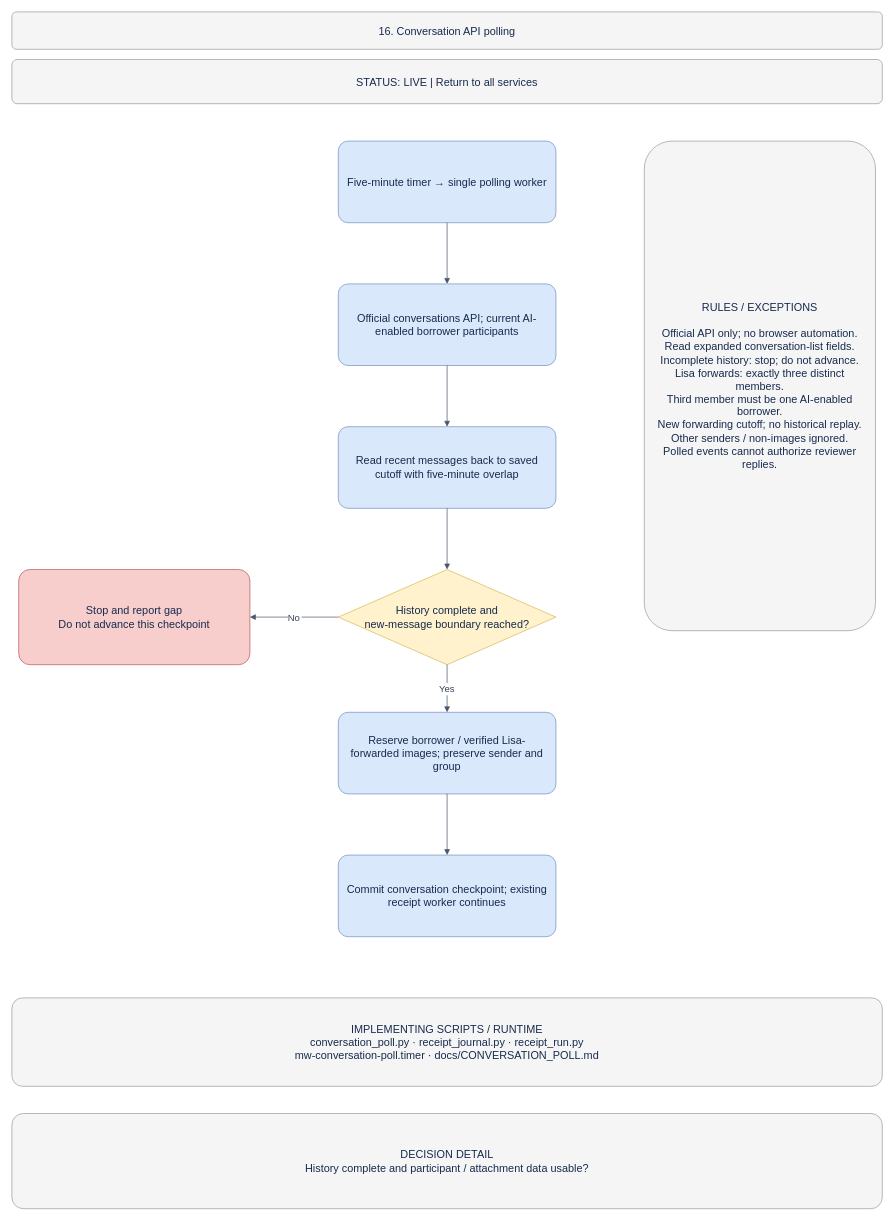
Earlier version of the draw.io diagram page "16 · Conversation API polling" (16 of 18) of docs/BUSINESS_PROCESS.drawio (welct0407/MW-Credit-App). Source tidied: cells renumbered, new cells numbered last; positions are measured from the earlier drawing's top-left corner, leaving out a move shared by most shapes. Both pictures are drawn from the tidied source at 68%, with x=0, y=0 at pixel (12, 12).
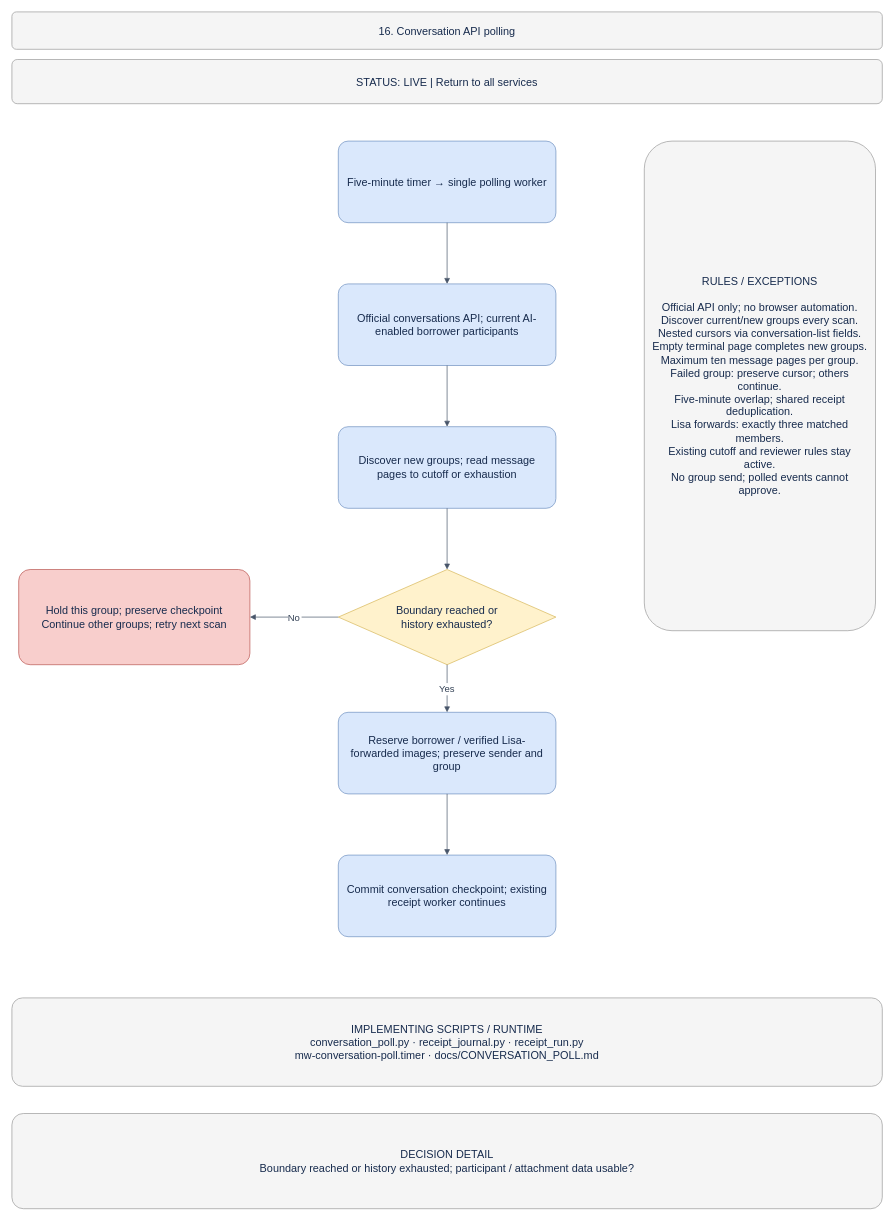
Above is the later version.

Commit message (it also covers changes not shown here):
Handle new Instagram groups with paged and isolated polling

The edit, as a diff of the source:
```diff
@@
 <mxGraphModel>
   <root>
     <mxCell id="0" />
     <mxCell id="1" parent="0" />
     <mxCell id="2" value="16. Conversation API polling" style="rounded=1;arcSize=12;whiteSpace=wrap;html=0;fillColor=#f5f5f5;strokeColor=#999999;fontColor=#172b4d;fontSize=16;align=center;verticalAlign=middle;spacing=12;" parent="1" vertex="1">
       <mxGeometry width="1280" height="55" as="geometry" />
     </mxCell>
     <mxCell id="3" value="STATUS: LIVE  |  Return to all services" style="rounded=1;arcSize=12;whiteSpace=wrap;html=0;fillColor=#f5f5f5;strokeColor=#999999;fontColor=#172b4d;fontSize=16;align=center;verticalAlign=middle;spacing=12;" parent="1" vertex="1">
       <mxGeometry y="70" width="1280" height="65" as="geometry" />
     </mxCell>
     <mxCell id="4" value="Five-minute timer → single polling worker" style="rounded=1;arcSize=12;whiteSpace=wrap;html=0;fillColor=#dae8fc;strokeColor=#6c8ebf;fontColor=#172b4d;fontSize=16;align=center;verticalAlign=middle;spacing=12;" parent="1" vertex="1">
       <mxGeometry x="480" y="190" width="320" height="120" as="geometry" />
     </mxCell>
     <mxCell id="5" value="Official conversations API; current AI-enabled borrower participants" style="rounded=1;arcSize=12;whiteSpace=wrap;html=0;fillColor=#dae8fc;strokeColor=#6c8ebf;fontColor=#172b4d;fontSize=16;align=center;verticalAlign=middle;spacing=12;" parent="1" vertex="1">
       <mxGeometry x="480" y="400" width="320" height="120" as="geometry" />
     </mxCell>
     <mxCell id="6" style="edgeStyle=orthogonalEdgeStyle;rounded=0;jettySize=auto;html=0;endArrow=block;endFill=1;strokeColor=#475569;fontColor=#334155;fontSize=14;labelBackgroundColor=#ffffff;" parent="1" edge="1" source="4" target="5">
       <mxGeometry relative="1" as="geometry" />
     </mxCell>
-    <mxCell id="7" value="Read recent messages back to saved cutoff with five-minute overlap" style="rounded=1;arcSize=12;whiteSpace=wrap;html=0;fillColor=#dae8fc;strokeColor=#6c8ebf;fontColor=#172b4d;fontSize=16;align=center;verticalAlign=middle;spacing=12;" parent="1" vertex="1">
+    <mxCell id="7" value="Discover new groups; read message pages to cutoff or exhaustion" style="rounded=1;arcSize=12;whiteSpace=wrap;html=0;fillColor=#dae8fc;strokeColor=#6c8ebf;fontColor=#172b4d;fontSize=16;align=center;verticalAlign=middle;spacing=12;" parent="1" vertex="1">
       <mxGeometry x="480" y="610" width="320" height="120" as="geometry" />
     </mxCell>
     <mxCell id="8" style="edgeStyle=orthogonalEdgeStyle;rounded=0;jettySize=auto;html=0;endArrow=block;endFill=1;strokeColor=#475569;fontColor=#334155;fontSize=14;labelBackgroundColor=#ffffff;" parent="1" edge="1" source="5" target="7">
       <mxGeometry relative="1" as="geometry" />
     </mxCell>
-    <mxCell id="9" value="History complete and&#10;new-message boundary reached?" style="rhombus;whiteSpace=wrap;html=0;fillColor=#fff2cc;strokeColor=#d6b656;fontColor=#172b4d;fontSize=16;align=center;verticalAlign=middle;spacing=12;" parent="1" vertex="1">
+    <mxCell id="9" value="Boundary reached or&#10;history exhausted?" style="rhombus;whiteSpace=wrap;html=0;fillColor=#fff2cc;strokeColor=#d6b656;fontColor=#172b4d;fontSize=16;align=center;verticalAlign=middle;spacing=12;" parent="1" vertex="1">
       <mxGeometry x="480" y="820" width="320" height="140" as="geometry" />
     </mxCell>
     <mxCell id="10" style="edgeStyle=orthogonalEdgeStyle;rounded=0;jettySize=auto;html=0;endArrow=block;endFill=1;strokeColor=#475569;fontColor=#334155;fontSize=14;labelBackgroundColor=#ffffff;" parent="1" edge="1" source="7" target="9">
       <mxGeometry relative="1" as="geometry" />
     </mxCell>
     <mxCell id="11" value="Reserve borrower / verified Lisa-forwarded images; preserve sender and group" style="rounded=1;arcSize=12;whiteSpace=wrap;html=0;fillColor=#dae8fc;strokeColor=#6c8ebf;fontColor=#172b4d;fontSize=16;align=center;verticalAlign=middle;spacing=12;" parent="1" vertex="1">
       <mxGeometry x="480" y="1030" width="320" height="120" as="geometry" />
     </mxCell>
     <mxCell id="12" value="Yes" style="edgeStyle=orthogonalEdgeStyle;rounded=0;jettySize=auto;html=0;endArrow=block;endFill=1;strokeColor=#475569;fontColor=#334155;fontSize=14;labelBackgroundColor=#ffffff;" parent="1" edge="1" source="9" target="11">
       <mxGeometry relative="1" as="geometry" />
     </mxCell>
     <mxCell id="13" value="Commit conversation checkpoint; existing receipt worker continues" style="rounded=1;arcSize=12;whiteSpace=wrap;html=0;fillColor=#dae8fc;strokeColor=#6c8ebf;fontColor=#172b4d;fontSize=16;align=center;verticalAlign=middle;spacing=12;" parent="1" vertex="1">
       <mxGeometry x="480" y="1240" width="320" height="120" as="geometry" />
     </mxCell>
     <mxCell id="14" style="edgeStyle=orthogonalEdgeStyle;rounded=0;jettySize=auto;html=0;endArrow=block;endFill=1;strokeColor=#475569;fontColor=#334155;fontSize=14;labelBackgroundColor=#ffffff;" parent="1" edge="1" source="11" target="13">
       <mxGeometry relative="1" as="geometry" />
     </mxCell>
-    <mxCell id="15" value="Stop and report gap&#10;Do not advance this checkpoint" style="rounded=1;arcSize=12;whiteSpace=wrap;html=0;fillColor=#f8cecc;strokeColor=#b85450;fontColor=#172b4d;fontSize=16;align=center;verticalAlign=middle;spacing=12;" parent="1" vertex="1">
+    <mxCell id="15" value="Hold this group; preserve checkpoint&#10;Continue other groups; retry next scan" style="rounded=1;arcSize=12;whiteSpace=wrap;html=0;fillColor=#f8cecc;strokeColor=#b85450;fontColor=#172b4d;fontSize=16;align=center;verticalAlign=middle;spacing=12;" parent="1" vertex="1">
       <mxGeometry x="10" y="820" width="340" height="140" as="geometry" />
     </mxCell>
     <mxCell id="16" value="No" style="edgeStyle=orthogonalEdgeStyle;rounded=0;jettySize=auto;html=0;endArrow=block;endFill=1;strokeColor=#475569;fontColor=#334155;fontSize=14;labelBackgroundColor=#ffffff;" parent="1" edge="1" source="9" target="15">
       <mxGeometry relative="1" as="geometry" />
     </mxCell>
-    <mxCell id="17" value="RULES / EXCEPTIONS&#10;&#10;Official API only; no browser automation.&#10;Read expanded conversation-list fields.&#10;Incomplete history: stop; do not advance.&#10;Lisa forwards: exactly three distinct members.&#10;Third member must be one AI-enabled borrower.&#10;New forwarding cutoff; no historical replay.&#10;Other senders / non-images ignored.&#10;Polled events cannot authorize reviewer replies." style="rounded=1;arcSize=12;whiteSpace=wrap;html=0;fillColor=#f5f5f5;strokeColor=#999999;fontColor=#172b4d;fontSize=16;align=center;verticalAlign=middle;spacing=12;" parent="1" vertex="1">
+    <mxCell id="17" value="RULES / EXCEPTIONS&#10;&#10;Official API only; no browser automation.&#10;Discover current/new groups every scan.&#10;Nested cursors via conversation-list fields.&#10;Empty terminal page completes new groups.&#10;Maximum ten message pages per group.&#10;Failed group: preserve cursor; others continue.&#10;Five-minute overlap; shared receipt deduplication.&#10;Lisa forwards: exactly three matched members.&#10;Existing cutoff and reviewer rules stay active.&#10;No group send; polled events cannot approve." style="rounded=1;arcSize=12;whiteSpace=wrap;html=0;fillColor=#f5f5f5;strokeColor=#999999;fontColor=#172b4d;fontSize=16;align=center;verticalAlign=middle;spacing=12;" parent="1" vertex="1">
       <mxGeometry x="930" y="190" width="340" height="720" as="geometry" />
     </mxCell>
     <mxCell id="18" value="IMPLEMENTING SCRIPTS / RUNTIME&#10;conversation_poll.py · receipt_journal.py · receipt_run.py&#10;mw-conversation-poll.timer · docs/CONVERSATION_POLL.md" style="rounded=1;arcSize=12;whiteSpace=wrap;html=0;fillColor=#f5f5f5;strokeColor=#999999;fontColor=#172b4d;fontSize=16;align=center;verticalAlign=middle;spacing=12;" parent="1" vertex="1">
       <mxGeometry y="1450" width="1280" height="130" as="geometry" />
     </mxCell>
-    <mxCell id="19" value="DECISION DETAIL&#10;History complete and participant / attachment data usable?" style="rounded=1;arcSize=12;whiteSpace=wrap;html=0;fillColor=#f5f5f5;strokeColor=#999999;fontColor=#172b4d;fontSize=16;align=center;verticalAlign=middle;spacing=12;" parent="1" vertex="1">
+    <mxCell id="19" value="DECISION DETAIL&#10;Boundary reached or history exhausted; participant / attachment data usable?" style="rounded=1;arcSize=12;whiteSpace=wrap;html=0;fillColor=#f5f5f5;strokeColor=#999999;fontColor=#172b4d;fontSize=16;align=center;verticalAlign=middle;spacing=12;" parent="1" vertex="1">
       <mxGeometry y="1620" width="1280" height="140" as="geometry" />
     </mxCell>
   </root>
 </mxGraphModel>
```
